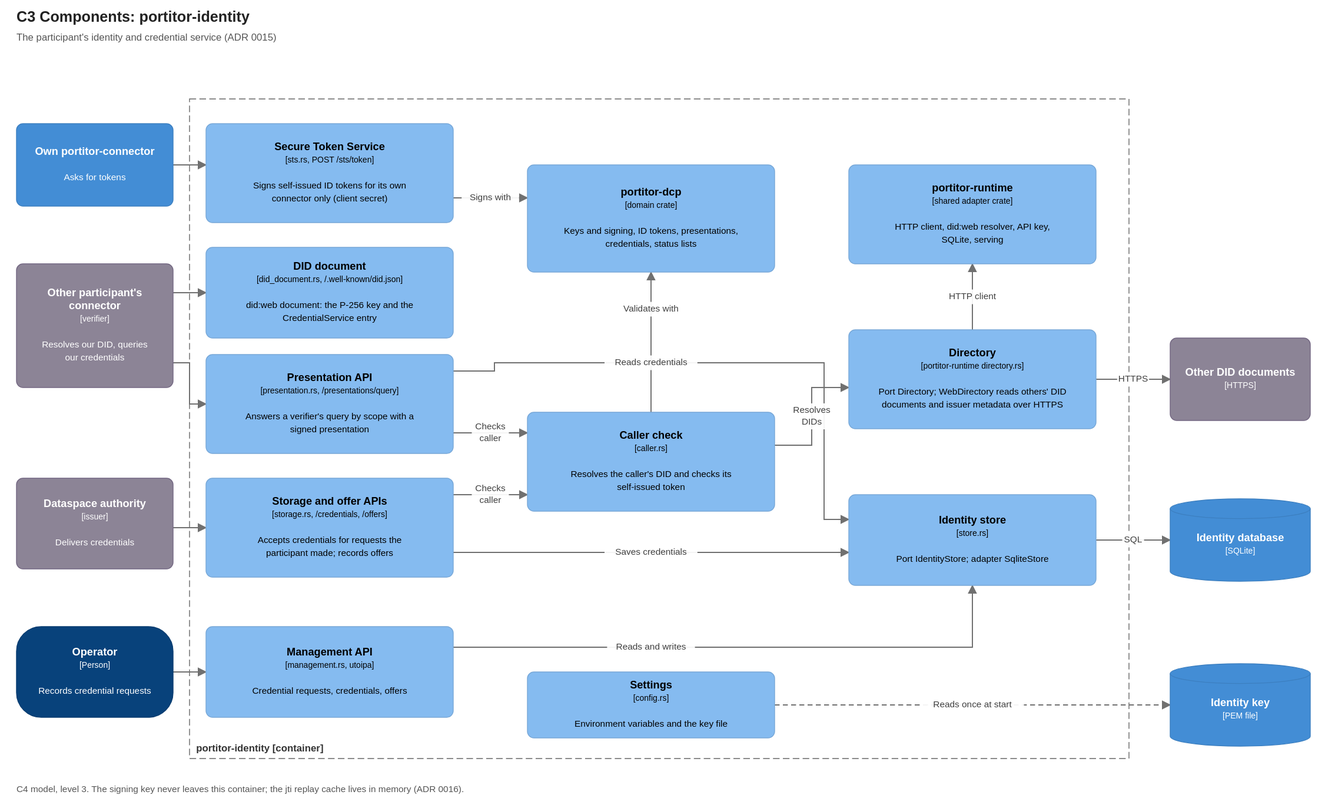
The draw.io diagram docs/diagrams/c3-identity-components.drawio.svg in brunopacheco1/ldsc, before a commit. Source tidied: cells renumbered, new cells last; positions are measured from the earlier drawing's top-left corner, leaving out a move shared by most shapes.
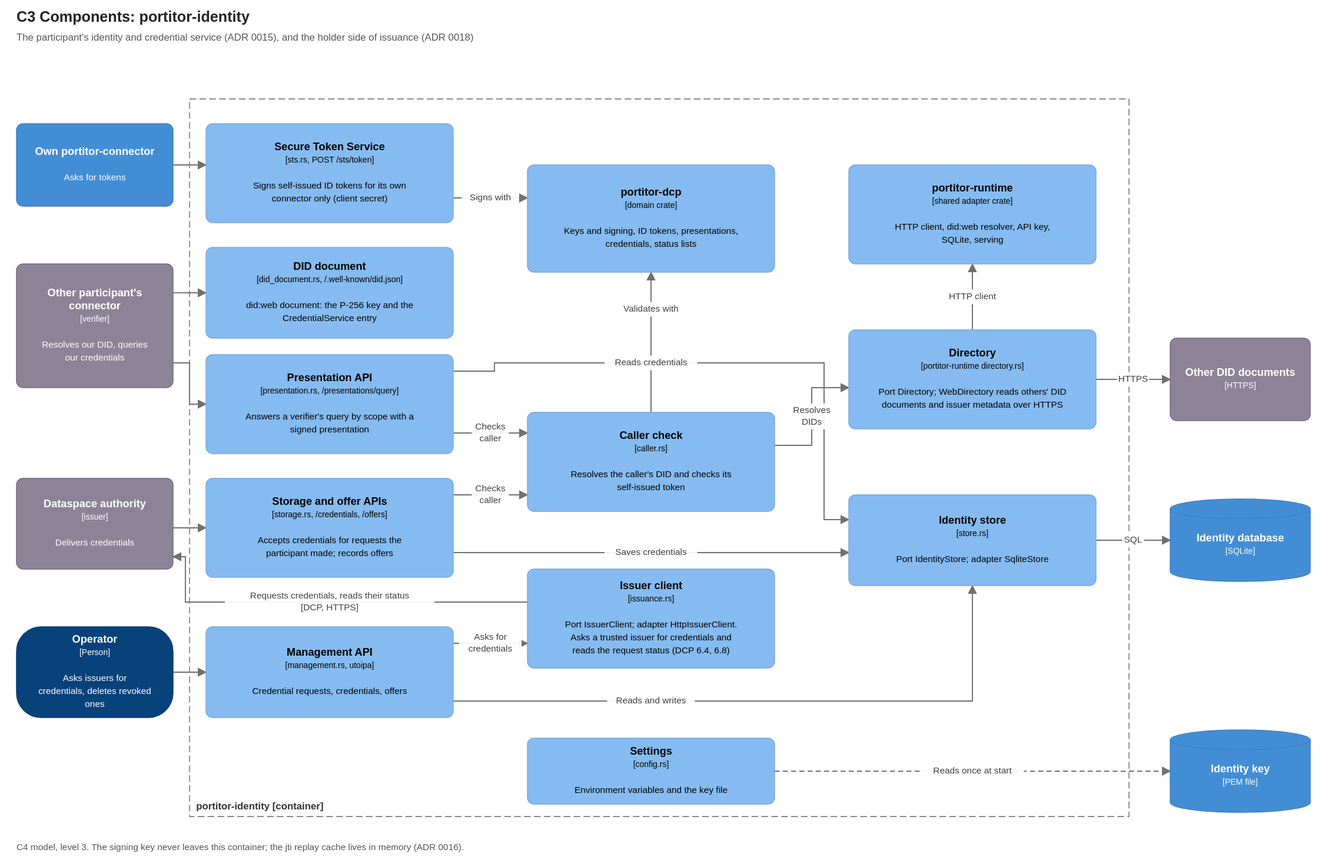
After the change.

Diff of the diagram source:
```diff
@@ -3,7 +3,7 @@
     <mxCell id="0" />
     <mxCell id="1" parent="0" />
     <mxCell id="2" value="portitor-identity  [container]" style="rounded=0;whiteSpace=wrap;html=1;fillColor=none;dashed=1;dashPattern=8 4;strokeColor=#666666;fontColor=#333333;align=left;verticalAlign=bottom;spacingLeft=8;spacingBottom=4;fontSize=12;fontStyle=1;" parent="1" vertex="1">
-      <mxGeometry x="210" width="1140" height="800" as="geometry" />
+      <mxGeometry x="210" width="1140" height="870" as="geometry" />
     </mxCell>
     <mxCell id="3" value="&lt;b&gt;Own portitor-connector&lt;/b&gt;&lt;br&gt;&lt;br&gt;&lt;font style=&quot;font-size:11px&quot;&gt;Asks for tokens&lt;/font&gt;" style="rounded=1;arcSize=8;whiteSpace=wrap;html=1;fillColor=#438DD5;strokeColor=#3C7FC0;fontColor=#FFFFFF;fontSize=13;align=center;verticalAlign=middle;c4Kind=container;c4Name=Own portitor-connector;" parent="1" vertex="1">
       <mxGeometry y="30" width="190" height="100" as="geometry" />
@@ -14,7 +14,7 @@
     <mxCell id="5" value="&lt;b&gt;Dataspace authority&lt;/b&gt;&lt;br&gt;&lt;font style=&quot;font-size:10px&quot;&gt;[issuer]&lt;/font&gt;&lt;br&gt;&lt;br&gt;&lt;font style=&quot;font-size:11px&quot;&gt;Delivers credentials&lt;/font&gt;" style="rounded=1;arcSize=8;whiteSpace=wrap;html=1;fillColor=#8C8496;strokeColor=#736782;fontColor=#FFFFFF;fontSize=13;align=center;verticalAlign=middle;c4Kind=external;c4Name=Dataspace authority;" parent="1" vertex="1">
       <mxGeometry y="460" width="190" height="110" as="geometry" />
     </mxCell>
-    <mxCell id="6" value="&lt;b&gt;Operator&lt;/b&gt;&lt;br&gt;&lt;font style=&quot;font-size:10px&quot;&gt;[Person]&lt;/font&gt;&lt;br&gt;&lt;br&gt;&lt;font style=&quot;font-size:11px&quot;&gt;Records credential requests&lt;/font&gt;" style="rounded=1;arcSize=30;whiteSpace=wrap;html=1;fillColor=#08427B;strokeColor=#073B6F;fontColor=#FFFFFF;fontSize=13;align=center;verticalAlign=middle;c4Kind=person;c4Name=Operator;" parent="1" vertex="1">
+    <mxCell id="6" value="&lt;b&gt;Operator&lt;/b&gt;&lt;br&gt;&lt;font style=&quot;font-size:10px&quot;&gt;[Person]&lt;/font&gt;&lt;br&gt;&lt;br&gt;&lt;font style=&quot;font-size:11px&quot;&gt;Asks issuers for credentials, deletes revoked ones&lt;/font&gt;" style="rounded=1;arcSize=30;whiteSpace=wrap;html=1;fillColor=#08427B;strokeColor=#073B6F;fontColor=#FFFFFF;fontSize=13;align=center;verticalAlign=middle;c4Kind=person;c4Name=Operator;" parent="1" vertex="1">
       <mxGeometry y="640" width="190" height="110" as="geometry" />
     </mxCell>
     <mxCell id="7" value="&lt;b&gt;Secure Token Service&lt;/b&gt;&lt;br&gt;&lt;font style=&quot;font-size:10px&quot;&gt;[sts.rs, POST /sts/token]&lt;/font&gt;&lt;br&gt;&lt;br&gt;&lt;font style=&quot;font-size:11px&quot;&gt;Signs self-issued ID tokens for its own connector only (client secret)&lt;/font&gt;" style="rounded=1;arcSize=8;whiteSpace=wrap;html=1;fillColor=#85BBF0;strokeColor=#78A8D8;fontColor=#000000;fontSize=13;align=center;verticalAlign=middle;c4Kind=component;c4Name=Secure Token Service;" parent="1" vertex="1">
@@ -39,7 +39,7 @@
       <mxGeometry x="620" y="380" width="300" height="120" as="geometry" />
     </mxCell>
     <mxCell id="14" value="&lt;b&gt;Settings&lt;/b&gt;&lt;br&gt;&lt;font style=&quot;font-size:10px&quot;&gt;[config.rs]&lt;/font&gt;&lt;br&gt;&lt;br&gt;&lt;font style=&quot;font-size:11px&quot;&gt;Environment variables and the key file&lt;/font&gt;" style="rounded=1;arcSize=8;whiteSpace=wrap;html=1;fillColor=#85BBF0;strokeColor=#78A8D8;fontColor=#000000;fontSize=13;align=center;verticalAlign=middle;c4Kind=component;c4Name=Settings;" parent="1" vertex="1">
-      <mxGeometry x="620" y="695" width="300" height="80" as="geometry" />
+      <mxGeometry x="620" y="775" width="300" height="80" as="geometry" />
     </mxCell>
     <mxCell id="15" value="&lt;b&gt;portitor-runtime&lt;/b&gt;&lt;br&gt;&lt;font style=&quot;font-size:10px&quot;&gt;[shared adapter crate]&lt;/font&gt;&lt;br&gt;&lt;br&gt;&lt;font style=&quot;font-size:11px&quot;&gt;HTTP client, did:web resolver, API key, SQLite, serving&lt;/font&gt;" style="rounded=1;arcSize=8;whiteSpace=wrap;html=1;fillColor=#85BBF0;strokeColor=#78A8D8;fontColor=#000000;fontSize=13;align=center;verticalAlign=middle;c4Kind=component;c4Name=portitor-runtime;" parent="1" vertex="1">
       <mxGeometry x="1010" y="80" width="300" height="120" as="geometry" />
@@ -57,7 +57,7 @@
       <mxGeometry x="1400" y="485" width="170" height="100" as="geometry" />
     </mxCell>
     <mxCell id="20" value="&lt;b&gt;Identity key&lt;/b&gt;&lt;br&gt;&lt;font style=&quot;font-size:10px&quot;&gt;[PEM file]&lt;/font&gt;" style="shape=cylinder3;size=12;boundedLbl=1;whiteSpace=wrap;html=1;fillColor=#438DD5;strokeColor=#3C7FC0;fontColor=#FFFFFF;fontSize=13;align=center;verticalAlign=middle;c4Kind=database;c4Name=Identity key;" parent="1" vertex="1">
-      <mxGeometry x="1400" y="685" width="170" height="100" as="geometry" />
+      <mxGeometry x="1400" y="765" width="170" height="100" as="geometry" />
     </mxCell>
     <mxCell id="21" style="endArrow=blockThin;endFill=1;html=1;rounded=0;strokeColor=#707070;fontSize=11;fontColor=#404040;labelBackgroundColor=#FFFFFF;exitX=1.000;exitY=0.500;exitPerimeter=0;entryX=0.000;entryY=0.417;entryPerimeter=0;" parent="1" edge="1" source="3" target="7">
       <mxGeometry relative="1" as="geometry" />
@@ -112,13 +112,6 @@
     <mxCell id="32" value="Saves credentials" style="endArrow=blockThin;endFill=1;html=1;rounded=0;strokeColor=#707070;fontSize=11;fontColor=#404040;labelBackgroundColor=#FFFFFF;exitX=1.000;exitY=0.750;exitPerimeter=0;entryX=0.000;entryY=0.636;entryPerimeter=0;" parent="1" edge="1" source="10" target="17">
       <mxGeometry relative="1" as="geometry" />
     </mxCell>
-    <mxCell id="33" value="Reads and writes" style="endArrow=blockThin;endFill=1;html=1;rounded=0;strokeColor=#707070;fontSize=11;fontColor=#404040;labelBackgroundColor=#FFFFFF;exitX=1.000;exitY=0.227;exitPerimeter=0;entryX=0.500;entryY=1.000;entryPerimeter=0;" parent="1" edge="1" source="11" target="17">
-      <mxGeometry relative="1" as="geometry">
-        <Array as="points">
-          <mxPoint x="1160" y="665" />
-        </Array>
-      </mxGeometry>
-    </mxCell>
     <mxCell id="34" value="HTTP client" style="endArrow=blockThin;endFill=1;html=1;rounded=0;strokeColor=#707070;fontSize=11;fontColor=#404040;labelBackgroundColor=#FFFFFF;exitX=0.500;exitY=0.000;exitPerimeter=0;entryX=0.500;entryY=1.000;entryPerimeter=0;" parent="1" edge="1" source="16" target="15">
       <mxGeometry relative="1" as="geometry" />
     </mxCell>
@@ -128,11 +121,32 @@
     <mxCell id="36" value="SQL" style="endArrow=blockThin;endFill=1;html=1;rounded=0;strokeColor=#707070;fontSize=11;fontColor=#404040;labelBackgroundColor=#FFFFFF;exitX=1.000;exitY=0.500;exitPerimeter=0;entryX=0.000;entryY=0.500;entryPerimeter=0;" parent="1" edge="1" source="17" target="19">
       <mxGeometry relative="1" as="geometry" />
     </mxCell>
+    <mxCell id="38" value="C4 model, level 3. The signing key never leaves this container; the jti replay cache lives in memory (ADR 0016)." style="text;html=1;align=left;verticalAlign=top;fontSize=11;fontColor=#555555;whiteSpace=wrap;" parent="1" vertex="1">
+      <mxGeometry y="890" width="1580" height="40" as="geometry" />
+    </mxCell>
+    <mxCell id="39" value="&lt;b&gt;Issuer client&lt;/b&gt;&lt;br&gt;&lt;font style=&quot;font-size:10px&quot;&gt;[issuance.rs]&lt;/font&gt;&lt;br&gt;&lt;br&gt;&lt;font style=&quot;font-size:11px&quot;&gt;Port IssuerClient; adapter HttpIssuerClient. Asks a trusted issuer for credentials and reads the request status (DCP 6.4, 6.8)&lt;/font&gt;" style="rounded=1;arcSize=8;whiteSpace=wrap;html=1;fillColor=#85BBF0;strokeColor=#78A8D8;fontColor=#000000;fontSize=13;align=center;verticalAlign=middle;c4Kind=component;c4Name=Issuer client;" parent="1" vertex="1">
+      <mxGeometry x="620" y="570" width="300" height="120" as="geometry" />
+    </mxCell>
+    <mxCell id="33" value="Reads and writes" style="endArrow=blockThin;endFill=1;html=1;rounded=0;strokeColor=#707070;fontSize=11;fontColor=#404040;labelBackgroundColor=#FFFFFF;exitX=1.000;exitY=0.818;exitPerimeter=0;entryX=0.500;entryY=1.000;entryPerimeter=0;" parent="1" edge="1" source="11" target="17">
+      <mxGeometry relative="1" as="geometry">
+        <Array as="points">
+          <mxPoint x="1160" y="730" />
+        </Array>
+      </mxGeometry>
+    </mxCell>
     <mxCell id="37" value="Reads once at start" style="endArrow=blockThin;endFill=1;html=1;rounded=0;strokeColor=#707070;fontSize=11;fontColor=#404040;labelBackgroundColor=#FFFFFF;dashed=1;exitX=1.000;exitY=0.500;exitPerimeter=0;entryX=0.000;entryY=0.500;entryPerimeter=0;" parent="1" edge="1" source="14" target="20">
       <mxGeometry relative="1" as="geometry" />
     </mxCell>
-    <mxCell id="38" value="C4 model, level 3. The signing key never leaves this container; the jti replay cache lives in memory (ADR 0016)." style="text;html=1;align=left;verticalAlign=top;fontSize=11;fontColor=#555555;whiteSpace=wrap;" parent="1" vertex="1">
-      <mxGeometry y="820" width="1580" height="40" as="geometry" />
-    </mxCell>
+    <mxCell id="40" value="Asks for credentials" style="endArrow=blockThin;endFill=1;html=1;rounded=0;strokeColor=#707070;fontSize=11;fontColor=#404040;labelBackgroundColor=#FFFFFF;exitX=1.000;exitY=0.182;exitPerimeter=0;entryX=0.000;entryY=0.750;entryPerimeter=0;" parent="1" edge="1" source="11" target="39">
+      <mxGeometry relative="1" as="geometry" />
+    </mxCell>
+    <mxCell id="41" value="Requests credentials, reads their status [DCP, HTTPS]" style="endArrow=blockThin;endFill=1;html=1;rounded=0;strokeColor=#707070;fontSize=11;fontColor=#404040;labelBackgroundColor=#FFFFFF;exitX=0.000;exitY=0.333;exitPerimeter=0;entryX=1.000;entryY=0.864;entryPerimeter=0;" parent="1" edge="1" source="39" target="5">
+      <mxGeometry relative="1" as="geometry">
+        <Array as="points">
+          <mxPoint x="205" y="610" />
+          <mxPoint x="205" y="555" />
+        </Array>
+      </mxGeometry>
+    </mxCell>
   </root>
 </mxGraphModel>
```
